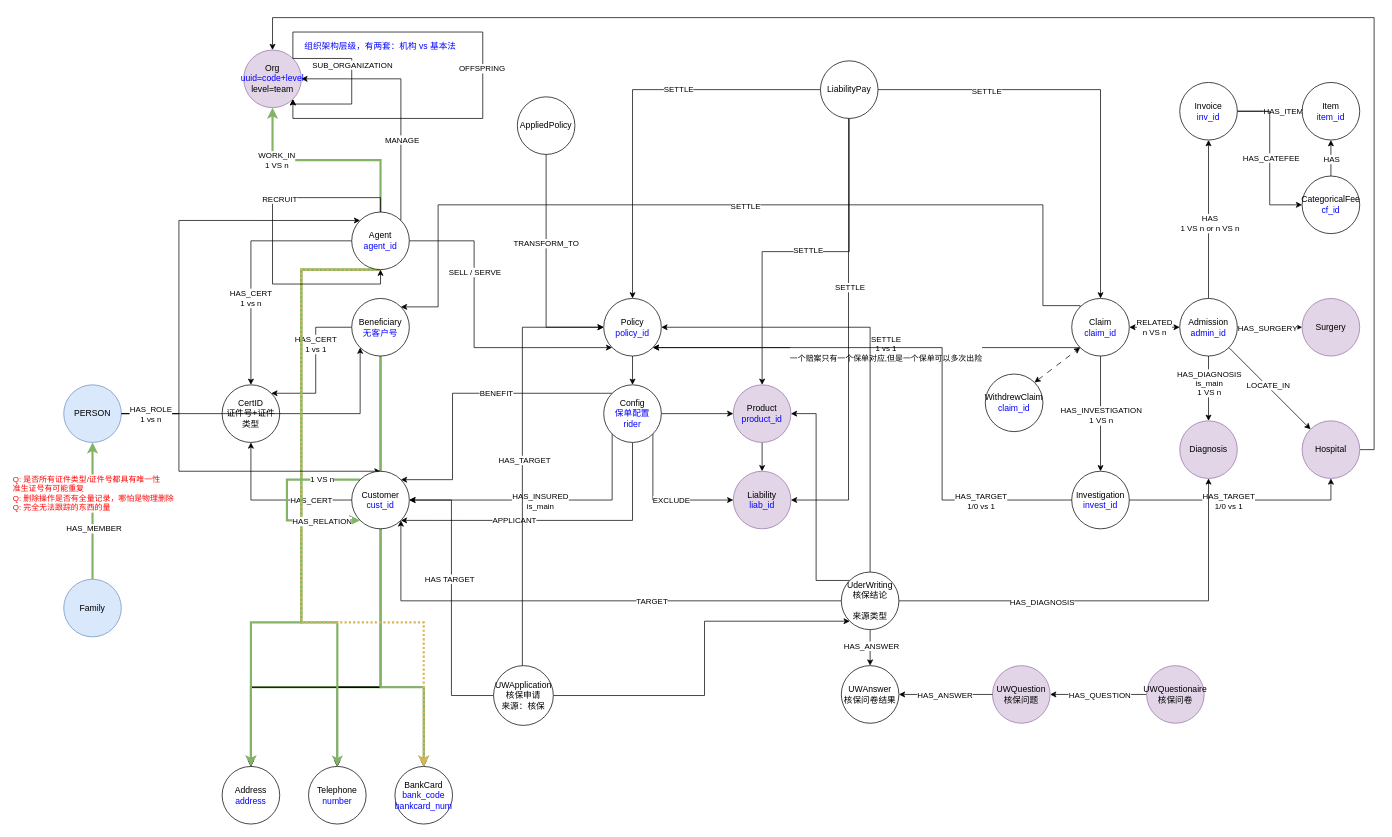
This is page "V1.2" (4 of 4) of 友邦/图拓扑设计.drawio from XiaoLiuAI/diagrams, a draw.io file, before an edit. Source tidied: cells renumbered, new cells numbered last; positions are measured from the earlier drawing's top-left corner, leaving out a move shared by most shapes. Both pictures are drawn from the tidied source at 72%, with x=0, y=0 at pixel (63, 17).
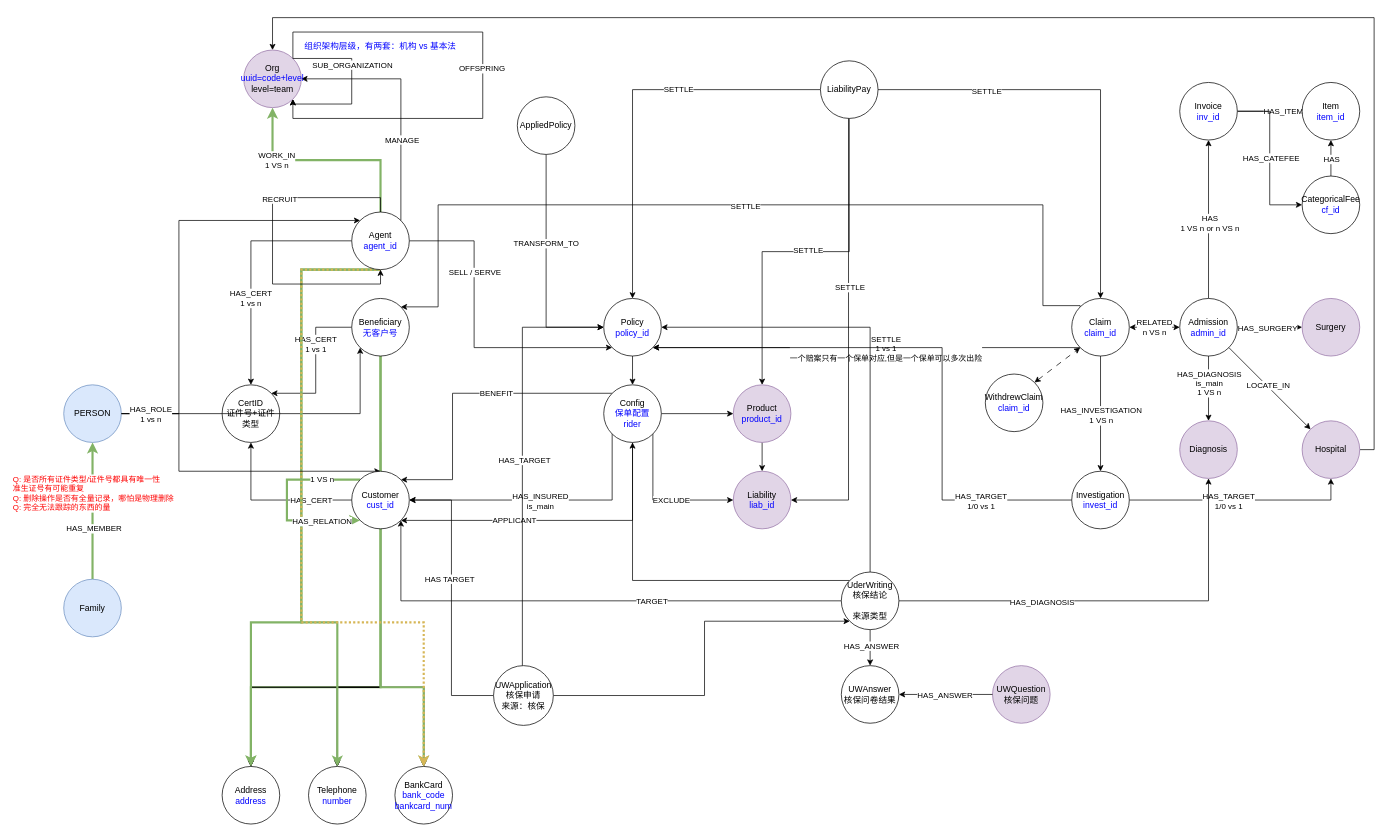
Above is the later version.

Commit message:
Update 图拓扑设计.drawio

The change refers to these unchanged cells:
```xml
<mxCell id="35" value="Product&lt;br&gt;&lt;font color=&quot;#0000ff&quot;&gt;product_id&lt;/font&gt;" style="ellipse;whiteSpace=wrap;html=1;fillColor=#e1d5e7;strokeColor=#9673a6;" parent="1" vertex="1">
  <mxGeometry x="930" y="510" width="80" height="80" as="geometry" />
</mxCell>
<mxCell id="44" value="Config&lt;br&gt;&lt;font color=&quot;#0000ff&quot;&gt;保单配置&lt;br&gt;rider&lt;/font&gt;" style="ellipse;whiteSpace=wrap;html=1;" parent="1" vertex="1">
  <mxGeometry x="750" y="510" width="80" height="80" as="geometry" />
</mxCell>
<mxCell id="122" value="UderWriting&lt;br&gt;核保结论&lt;br&gt;&lt;br&gt;来源类型" style="ellipse;whiteSpace=wrap;html=1;" parent="1" vertex="1">
  <mxGeometry x="1080" y="770" width="80" height="80" as="geometry" />
</mxCell>
<mxCell id="125" value="UWQuestion&lt;br&gt;核保问题" style="ellipse;whiteSpace=wrap;html=1;fillColor=#e1d5e7;strokeColor=#9673a6;" parent="1" vertex="1">
  <mxGeometry x="1290" y="900" width="80" height="80" as="geometry" />
</mxCell>
```

What changed in the source:
```diff
@@
-    <mxCell id="115" style="edgeStyle=orthogonalEdgeStyle;rounded=0;jettySize=auto;html=1;exitX=0;exitY=0;exitDx=0;exitDy=0;entryX=1;entryY=0.5;entryDx=0;entryDy=0;" parent="1" edge="1" source="122" target="35">
+    <mxCell id="115" style="edgeStyle=orthogonalEdgeStyle;rounded=0;jettySize=auto;html=1;exitX=0;exitY=0;exitDx=0;exitDy=0;entryX=0.5;entryY=1;entryDx=0;entryDy=0;" parent="1" edge="1" source="122" target="44">
       <mxGeometry relative="1" as="geometry" />
     </mxCell>
@@
-    <mxCell id="123" style="edgeStyle=orthogonalEdgeStyle;rounded=0;jettySize=auto;html=1;exitX=1;exitY=0.5;exitDx=0;exitDy=0;entryX=0;entryY=0.5;entryDx=0;entryDy=0;startArrow=classic;startFill=1;endArrow=none;endFill=0;" parent="1" edge="1" source="125" target="129">
-      <mxGeometry relative="1" as="geometry" />
-    </mxCell>
-    <mxCell id="124" value="HAS_QUESTION" style="edgeLabel;html=1;align=center;verticalAlign=middle;" parent="123" vertex="1">
-      <mxGeometry x="0.01" y="-1" relative="1" as="geometry" />
-    </mxCell>
@@
-    <mxCell id="129" value="UWQuestionaire&lt;br&gt;核保问卷" style="ellipse;whiteSpace=wrap;html=1;fillColor=#e1d5e7;strokeColor=#9673a6;" parent="1" vertex="1">
-      <mxGeometry x="1504" y="900" width="80" height="80" as="geometry" />
-    </mxCell>
```
